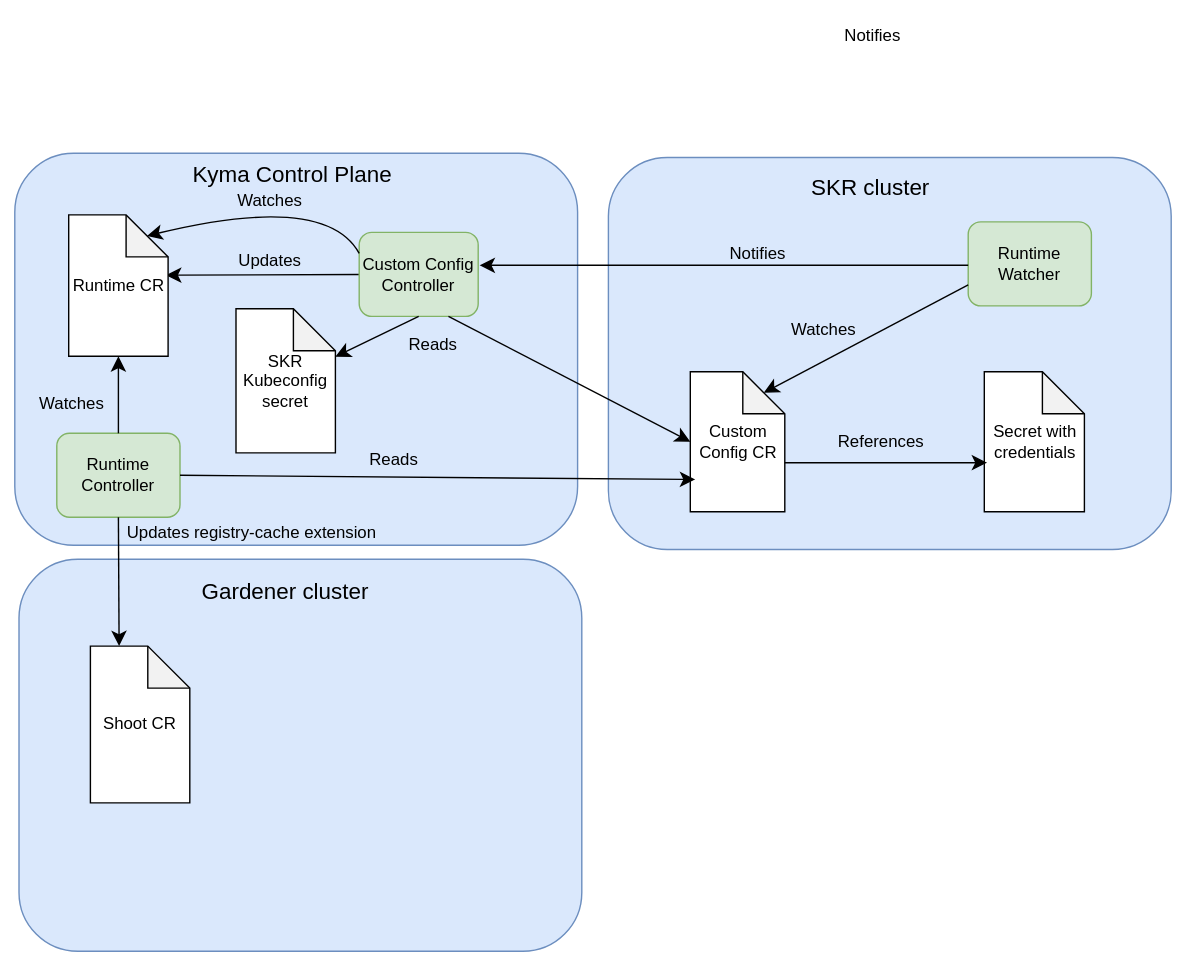
This is docs/adr/assets/caching-in-kim.drawio.svg from kyma-project/kyma-infrastructure-manager, a draw.io export, as it was before one commit. Source tidied: cells renumbered, new cells last; positions are measured from the earlier drawing's top-left corner, leaving out a move shared by most shapes.
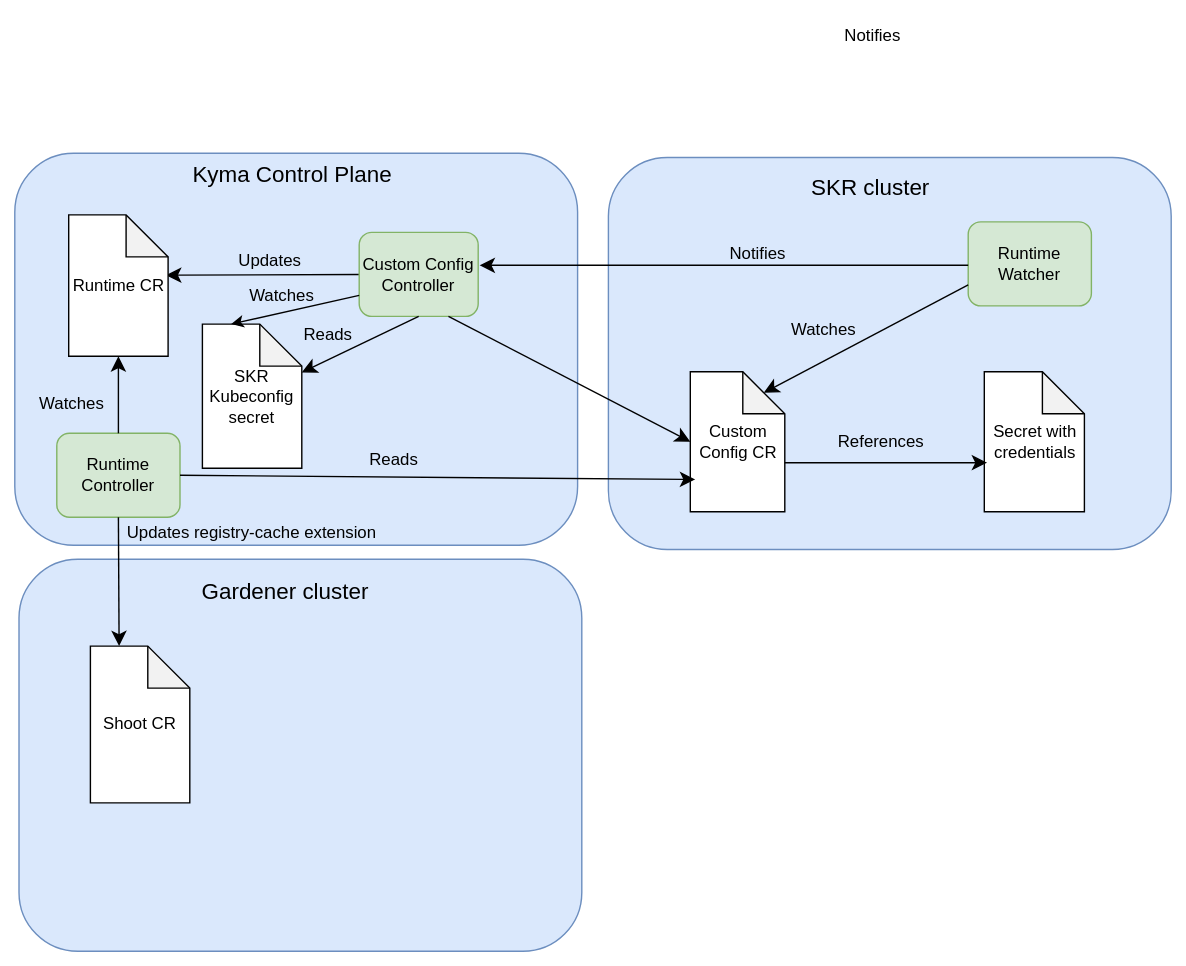
The same file after the commit.

Commit message:
ADR updated after discussion in the team

Diff of the diagram source:
```diff
@@ -107,10 +107,10 @@
       <mxGeometry relative="1" as="geometry" />
     </mxCell>
     <mxCell id="32" value="Reads" style="text;html=1;align=center;verticalAlign=middle;whiteSpace=wrap;rounded=0;" parent="1" vertex="1">
-      <mxGeometry x="269" y="221" width="60" height="30" as="geometry" />
+      <mxGeometry x="194" y="214" width="60" height="30" as="geometry" />
     </mxCell>
     <mxCell id="33" value="SKR Kubeconfig secret" style="shape=note;whiteSpace=wrap;html=1;backgroundOutline=1;darkOpacity=0.05;" parent="1" vertex="1">
-      <mxGeometry x="158" y="210" width="71" height="103" as="geometry" />
+      <mxGeometry x="134" y="221" width="71" height="103" as="geometry" />
     </mxCell>
     <mxCell id="34" style="endArrow=classic;html=1;rounded=0;fontSize=12;startSize=8;endSize=8;curved=1;exitX=0.5;exitY=1;exitDx=0;exitDy=0;" parent="1" edge="1" source="5" target="33">
       <mxGeometry relative="1" as="geometry" />
@@ -121,15 +121,11 @@
     <mxCell id="36" value="Reads" style="text;html=1;align=center;verticalAlign=middle;whiteSpace=wrap;rounded=0;" parent="1" vertex="1">
       <mxGeometry x="241" y="303" width="60" height="30" as="geometry" />
     </mxCell>
-    <mxCell id="37" style="endArrow=classic;html=1;rounded=0;fontSize=12;startSize=8;endSize=8;curved=1;exitX=0;exitY=0.25;exitDx=0;exitDy=0;entryX=0;entryY=0;entryDx=56;entryDy=15;entryPerimeter=0;" parent="1" edge="1" source="5" target="9">
-      <mxGeometry relative="1" as="geometry">
-        <Array as="points">
-          <mxPoint x="222" y="127" />
-        </Array>
-      </mxGeometry>
-    </mxCell>
+    <mxCell id="39" style="endArrow=classic;html=1;rounded=0;exitX=0;exitY=0.75;exitDx=0;exitDy=0;entryX=0;entryY=0;entryDx=20.5;entryDy=0;entryPerimeter=0;" parent="1" edge="1" source="5" target="33">
+      <mxGeometry relative="1" as="geometry" />
+    </mxCell>
     <mxCell id="38" value="Watches" style="text;html=1;align=center;verticalAlign=middle;whiteSpace=wrap;rounded=0;" parent="1" vertex="1">
-      <mxGeometry x="134" y="118" width="97" height="30" as="geometry" />
+      <mxGeometry x="161" y="185.5" width="60" height="30" as="geometry" />
     </mxCell>
   </root>
 </mxGraphModel>
```
